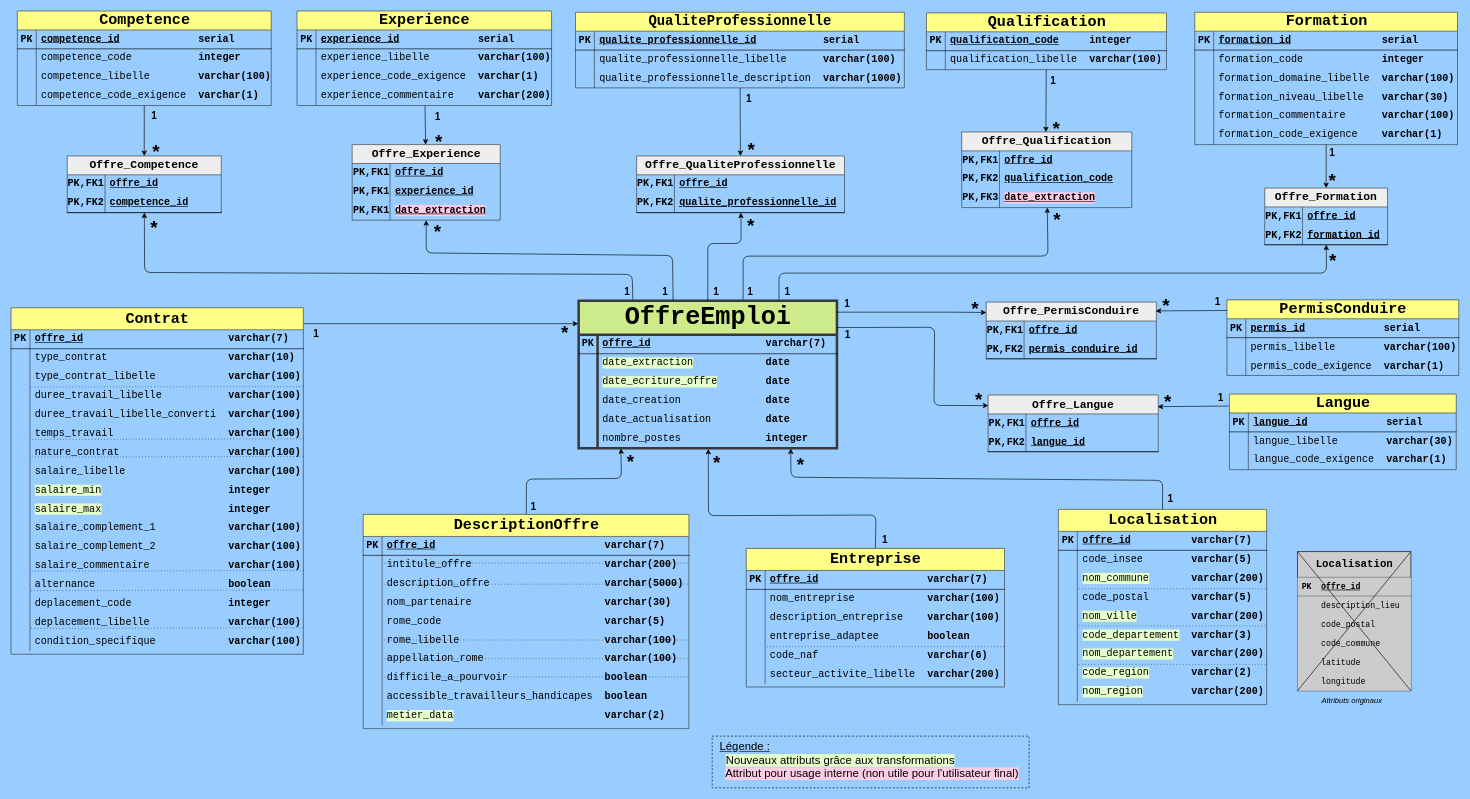
This is load_sql/UML.drawio from vimchun/Job-Market-in-France, a draw.io file, before an edit. Source tidied: cells renumbered, new cells numbered last; positions are measured from the earlier drawing's top-left corner, leaving out a move shared by most shapes. Both pictures are drawn from the tidied source at 63%, with x=0, y=0 at pixel (11, 11).
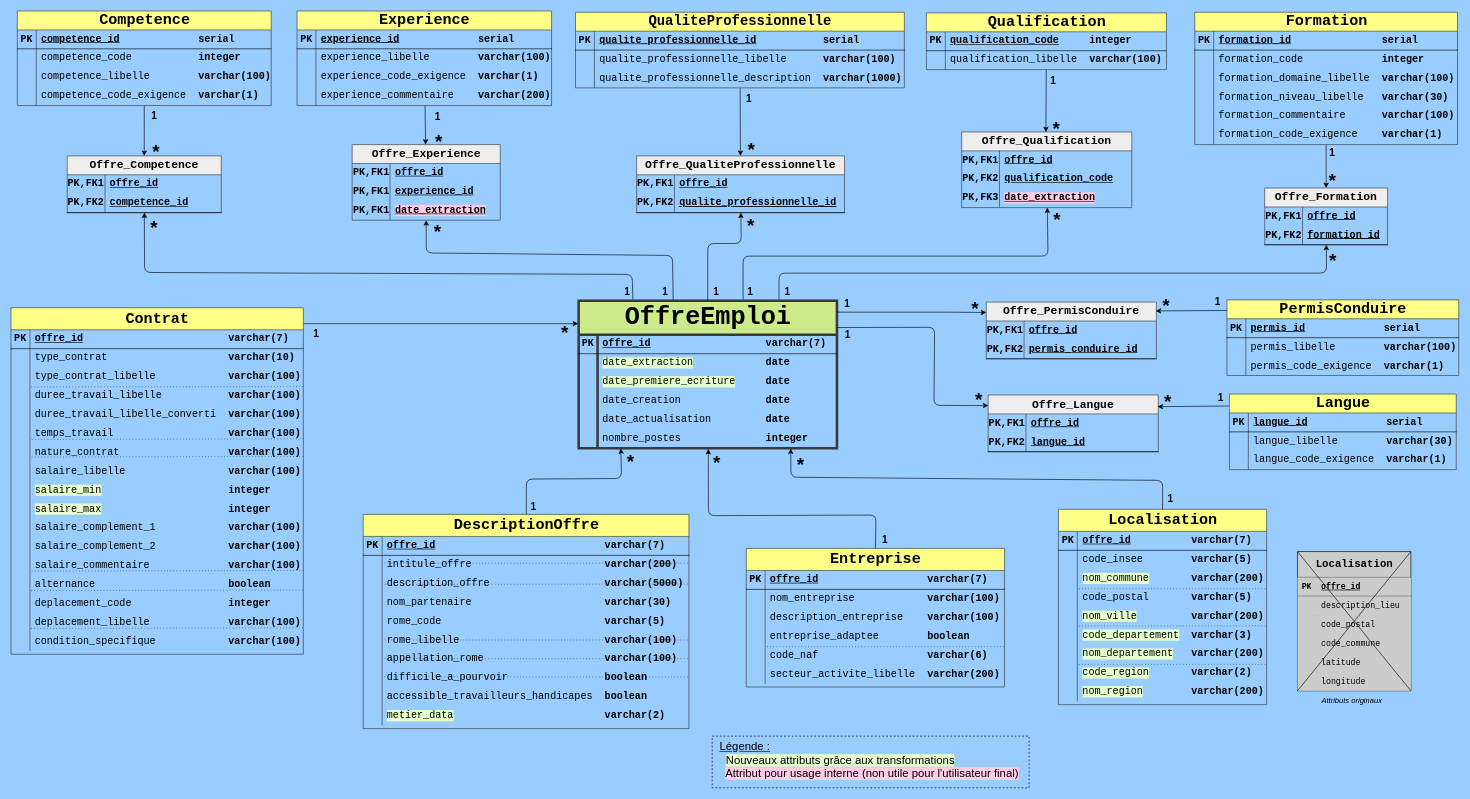
Above is the later version.

The change refers to these unchanged cells:
```xml
<mxCell id="9" style="shape=tableRow;horizontal=0;startSize=0;swimlaneHead=0;swimlaneBody=0;fillColor=none;top=0;left=0;right=0;bottom=0;rounded=0;fontFamily=Courier New;fontSize=16;perimeterSpacing=0;shadow=0;swimlaneFillColor=none;strokeColor=#000000;" parent="2" vertex="1">
  <mxGeometry y="114" width="410" height="30" as="geometry" />
</mxCell>
```

Diff of the diagram source:
```diff
@@
-    <mxCell id="11" value="&lt;span style=&quot;background-color: rgb(230, 255, 204);&quot;&gt;date_ecriture_offre&lt;/span&gt;&amp;nbsp; &amp;nbsp; &amp;nbsp; &amp;nbsp;&amp;nbsp;&lt;span style=&quot;font-weight: 700;&quot;&gt;date&lt;/span&gt;" style="shape=partialRectangle;fillColor=none;top=0;left=0;bottom=0;right=0;align=left;spacingLeft=6;overflow=hidden;whiteSpace=wrap;html=1;rounded=0;fontFamily=Courier New;fontSize=16;perimeterSpacing=0;shadow=0;swimlaneFillColor=none;strokeColor=#000000;" parent="9" vertex="1">
+    <mxCell id="11" value="&lt;span style=&quot;background-color: rgb(230, 255, 204);&quot;&gt;date_premiere_ecriture&lt;/span&gt;&amp;nbsp; &amp;nbsp; &amp;nbsp;&lt;span style=&quot;font-weight: 700;&quot;&gt;date&lt;/span&gt;" style="shape=partialRectangle;fillColor=none;top=0;left=0;bottom=0;right=0;align=left;spacingLeft=6;overflow=hidden;whiteSpace=wrap;html=1;rounded=0;fontFamily=Courier New;fontSize=16;perimeterSpacing=0;shadow=0;swimlaneFillColor=none;strokeColor=#000000;" parent="9" vertex="1">
       <mxGeometry x="30" width="380" height="30" as="geometry" />
     </mxCell>
```
